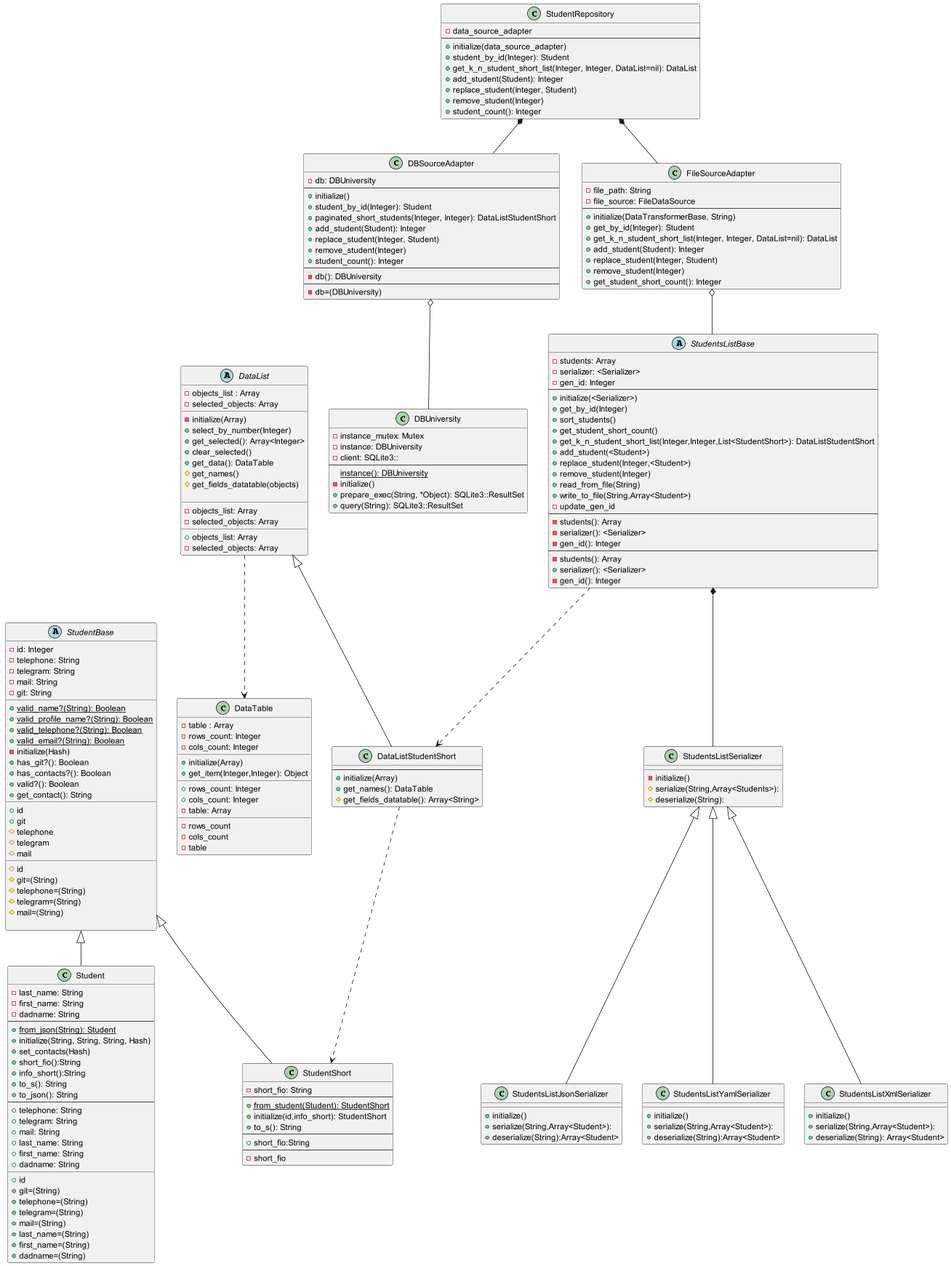
Above: LR2/diagram/Class/StudentClassDiagram.png in KREEAL/RubyLabs (PlantUML), before the change.
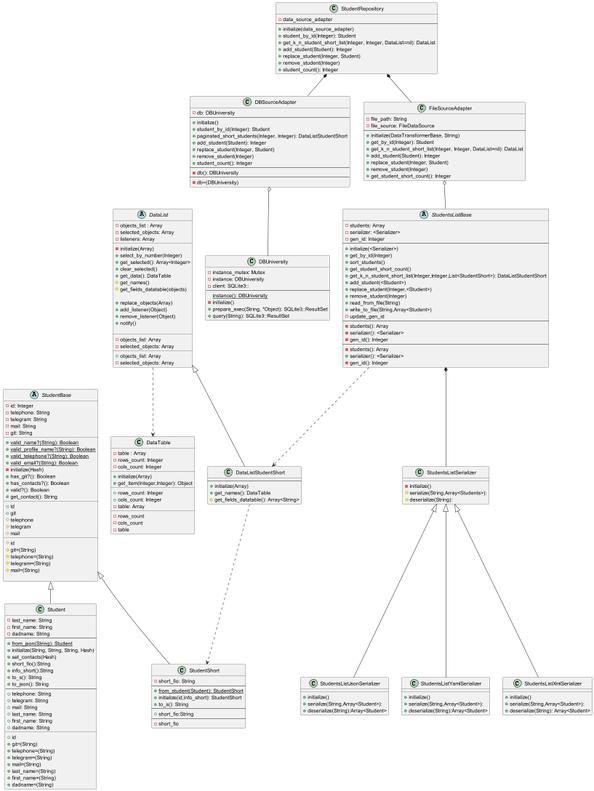
The same file after the commit.

Commit message:
ДИАГРАММЫДИАГРАММЫДИАГРАММЫДИАГРАММЫДИАГРАММЫДИАГРАММЫДИАГРАММЫДИАГРАММЫДИАГРАММЫДИАГРАММЫДИАГРАММЫДИАГРАММЫДИАГРАММЫДИАГРАММЫДИАГРАММЫ

Diff of the diagram source:
```diff
@@ -89,6 +89,7 @@
 abstract class DataList{
     -objects_list : Array
     -selected_objects: Array
+    -listeners: Array
     __
     -initialize(Array)
     +select_by_number(Integer)
@@ -97,6 +98,11 @@
     +get_data(): DataTable
     #get_names()
     #get_fields_datatable(objects)
+
+    +replace_objects(Array)
+    +add_listener(Object)
+    +remove_listener(Object)
+    +notify()
 
     __
     -objects_list: Array
```
